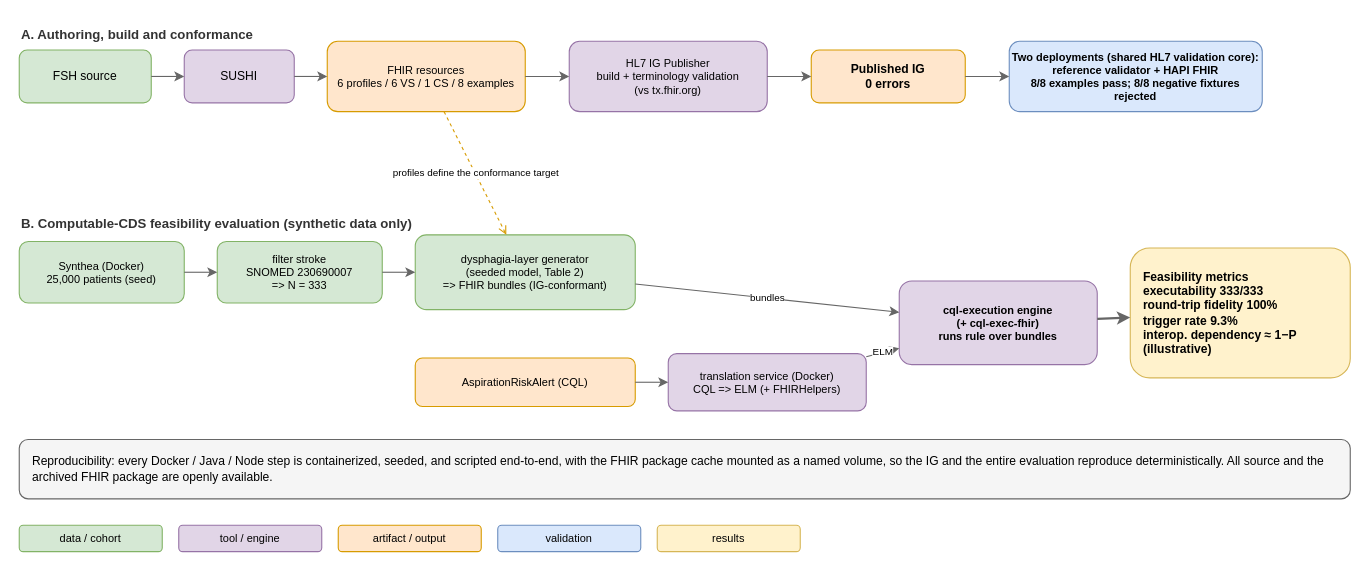
Before: figures/Figure-3-evaluation-pipeline.drawio in sefatuncer/stroke-dysphagia-fhir-ig, a draw.io diagram. Source tidied: cells renumbered, new cells numbered last; positions are measured from the earlier drawing's top-left corner, leaving out a move shared by most shapes. Both pictures are drawn from the tidied source at 110%, with x=0, y=0 at pixel (19, 19).
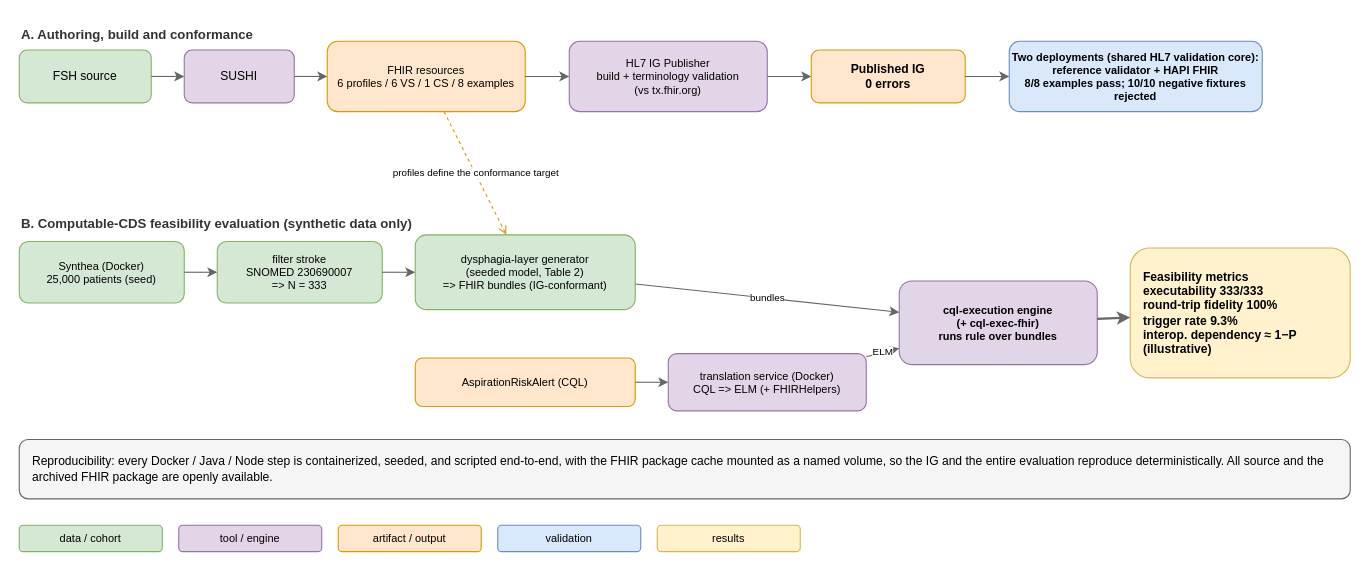
The same page after the edit.

Change to the diagram source:
```diff
@@
-    <mxCell id="8" value="Two deployments (shared HL7 validation core):&#10;reference validator + HAPI FHIR&#10;8/8 examples pass; 8/8 negative fixtures rejected" style="rounded=1;whiteSpace=wrap;html=1;fillColor=#dae8fc;strokeColor=#6c8ebf;fontSize=10;fontStyle=1;" parent="1" vertex="1">
+    <mxCell id="8" value="Two deployments (shared HL7 validation core):&#10;reference validator + HAPI FHIR&#10;8/8 examples pass; 10/10 negative fixtures rejected" style="rounded=1;whiteSpace=wrap;html=1;fillColor=#dae8fc;strokeColor=#6c8ebf;fontSize=10;fontStyle=1;" parent="1" vertex="1">
       <mxGeometry x="900" y="20" width="230" height="64" as="geometry" />
     </mxCell>
```
